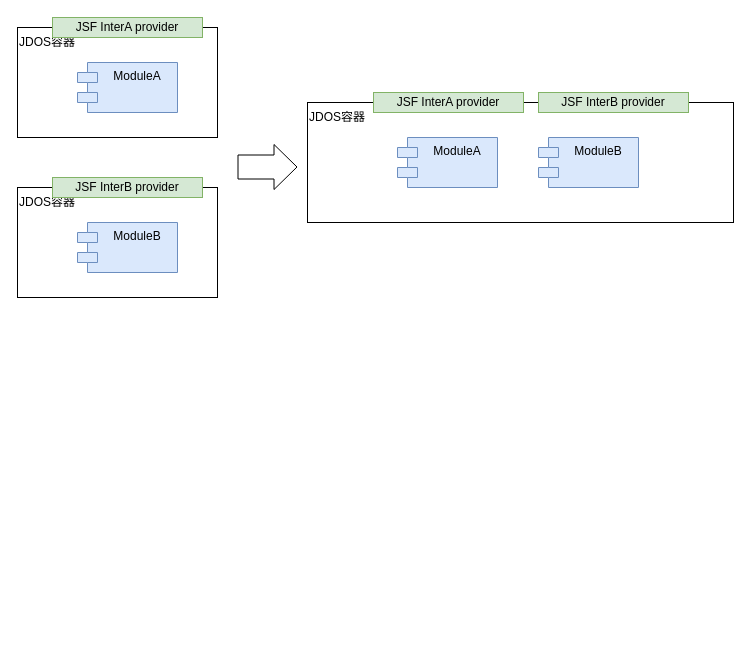
Above: 多召回模块合并部署.drawio in BlankKelly/diagrams (draw.io), before the change. Source tidied: cells renumbered, new cells numbered last; positions are measured from the earlier drawing's top-left corner, leaving out a move shared by most shapes. Both pictures are drawn from the tidied source at 100%, with x=0, y=0 at pixel (17, 17).
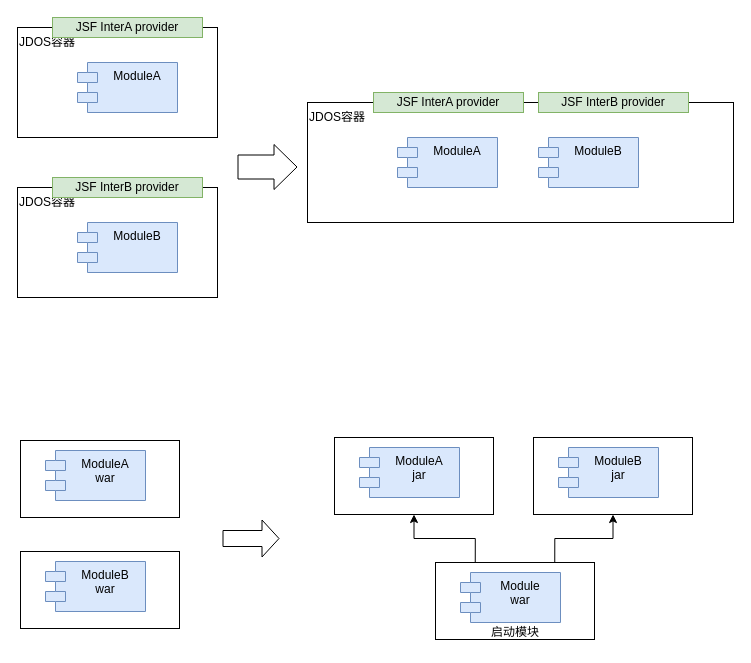
After the change.

Commit message:
更新多召回模块合并部署.drawio

Change to the diagram source:
```diff
@@
+    <mxCell id="17" style="rounded=0;whiteSpace=wrap;html=1;" parent="1" vertex="1">
+      <mxGeometry x="3" y="423" width="159" height="77" as="geometry" />
+    </mxCell>
+    <mxCell id="18" value="ModuleA&#10;war" style="shape=module;align=left;spacingLeft=20;align=center;verticalAlign=top;fillColor=#dae8fc;strokeColor=#6c8ebf;" parent="1" vertex="1">
+      <mxGeometry x="28" y="433" width="100" height="50" as="geometry" />
+    </mxCell>
+    <mxCell id="19" style="rounded=0;whiteSpace=wrap;html=1;" parent="1" vertex="1">
+      <mxGeometry x="3" y="534" width="159" height="77" as="geometry" />
+    </mxCell>
+    <mxCell id="20" value="ModuleB&#10;war" style="shape=module;align=left;spacingLeft=20;align=center;verticalAlign=top;fillColor=#dae8fc;strokeColor=#6c8ebf;" parent="1" vertex="1">
+      <mxGeometry x="28" y="544" width="100" height="50" as="geometry" />
+    </mxCell>
+    <mxCell id="21" style="rounded=0;whiteSpace=wrap;html=1;" parent="1" vertex="1">
+      <mxGeometry x="317" y="420" width="159" height="77" as="geometry" />
+    </mxCell>
+    <mxCell id="22" value="ModuleA&#10;jar" style="shape=module;align=left;spacingLeft=20;align=center;verticalAlign=top;fillColor=#dae8fc;strokeColor=#6c8ebf;" parent="1" vertex="1">
+      <mxGeometry x="342" y="430" width="100" height="50" as="geometry" />
+    </mxCell>
+    <mxCell id="23" style="rounded=0;whiteSpace=wrap;html=1;" parent="1" vertex="1">
+      <mxGeometry x="516" y="420" width="159" height="77" as="geometry" />
+    </mxCell>
+    <mxCell id="24" value="ModuleB&#10;jar" style="shape=module;align=left;spacingLeft=20;align=center;verticalAlign=top;fillColor=#dae8fc;strokeColor=#6c8ebf;" parent="1" vertex="1">
+      <mxGeometry x="541" y="430" width="100" height="50" as="geometry" />
+    </mxCell>
+    <mxCell id="25" style="edgeStyle=orthogonalEdgeStyle;rounded=0;jettySize=auto;html=1;exitX=0.25;exitY=0;exitDx=0;exitDy=0;" parent="1" edge="1" source="27" target="21">
+      <mxGeometry relative="1" as="geometry" />
+    </mxCell>
+    <mxCell id="26" style="edgeStyle=orthogonalEdgeStyle;rounded=0;jettySize=auto;html=1;exitX=0.75;exitY=0;exitDx=0;exitDy=0;" parent="1" edge="1" source="27" target="23">
+      <mxGeometry relative="1" as="geometry" />
+    </mxCell>
+    <mxCell id="27" style="rounded=0;whiteSpace=wrap;html=1;" parent="1" vertex="1">
+      <mxGeometry x="418" y="545" width="159" height="77" as="geometry" />
+    </mxCell>
+    <mxCell id="28" value="Module&#10;war" style="shape=module;align=left;spacingLeft=20;align=center;verticalAlign=top;fillColor=#dae8fc;strokeColor=#6c8ebf;" parent="1" vertex="1">
+      <mxGeometry x="443" y="555" width="100" height="50" as="geometry" />
+    </mxCell>
+    <mxCell id="29" value="启动模块" style="text;html=1;strokeColor=none;fillColor=none;align=center;verticalAlign=middle;whiteSpace=wrap;rounded=0;" parent="1" vertex="1">
+      <mxGeometry x="462.5" y="601" width="70" height="27" as="geometry" />
+    </mxCell>
+    <mxCell id="30" style="shape=flexArrow;endArrow=classic;html=1;rounded=0;width=16;endSize=5.33;" parent="1" edge="1">
+      <mxGeometry relative="1" as="geometry">
+        <mxPoint x="205" y="521" as="sourcePoint" />
+        <mxPoint x="262" y="521" as="targetPoint" />
+      </mxGeometry>
+    </mxCell>
```
